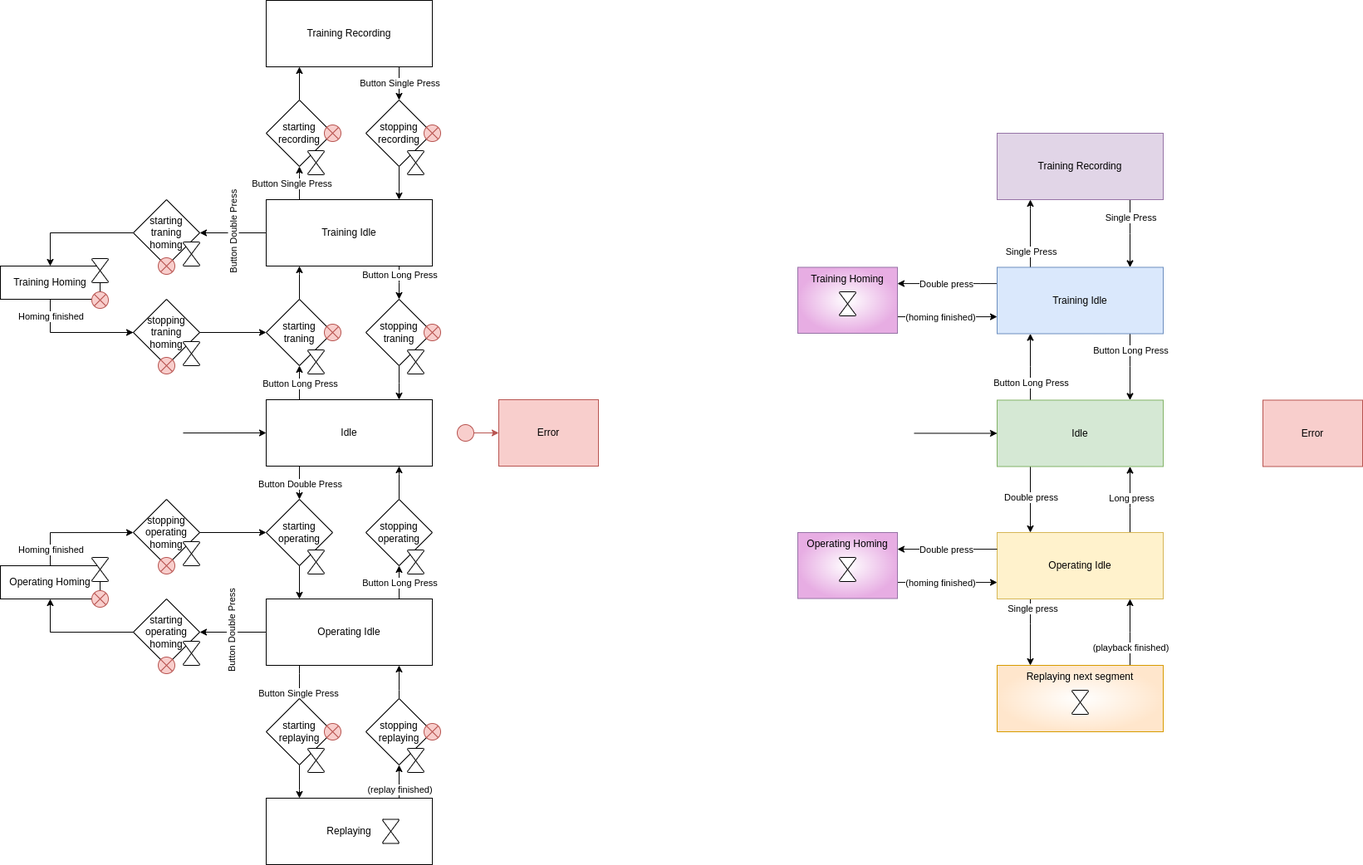
Before: nakama_franka_interaction_buttons/state machine.drawio.png, a diagram exported from draw.io (jellehierck/nakama_franka_ros2_cpp). Source tidied: cells renumbered, new cells last; positions are measured from the earlier drawing's top-left corner, leaving out a move shared by most shapes.
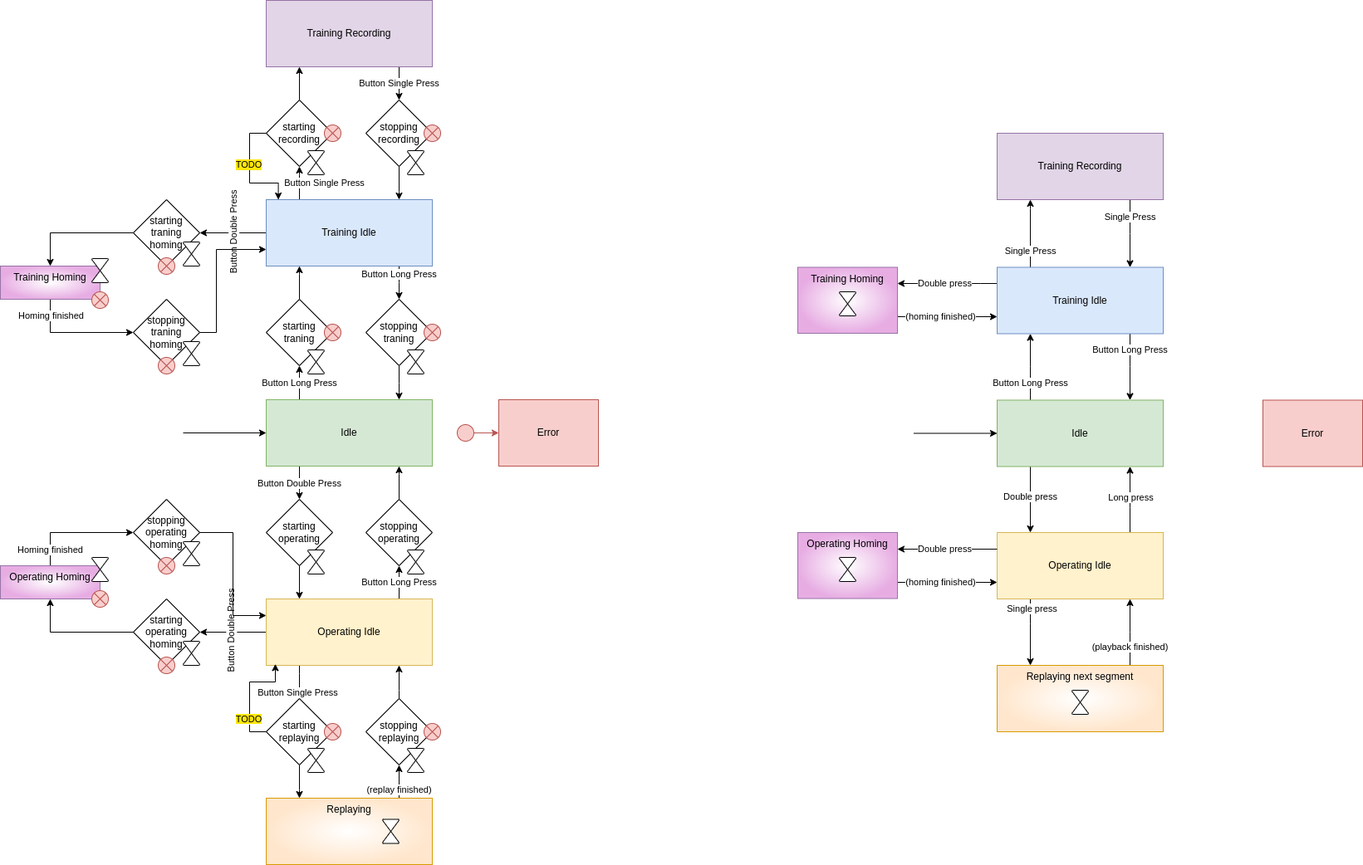
After the commit.

Commit message:
Reflected latest changes to state machine in diagram

Diff of the diagram source:
```diff
@@ -36,7 +36,7 @@
         </Array>
       </mxGeometry>
     </mxCell>
-    <mxCell id="7" value="Idle" style="rounded=0;whiteSpace=wrap;html=1;" parent="1" vertex="1">
+    <mxCell id="7" value="Idle" style="rounded=0;whiteSpace=wrap;html=1;fillColor=#d5e8d4;strokeColor=#82b366;" parent="1" vertex="1">
       <mxGeometry x="320" y="481" width="200" height="80" as="geometry" />
     </mxCell>
     <mxCell id="8" style="edgeStyle=orthogonalEdgeStyle;rounded=0;jettySize=auto;html=1;entryX=0.5;entryY=0;entryDx=0;entryDy=0;" parent="1" edge="1" source="14" target="45">
@@ -62,7 +62,7 @@
     </mxCell>
     <mxCell id="11" value="Button Single Press" style="edgeLabel;html=1;align=center;verticalAlign=middle;" parent="10" vertex="1">
       <mxGeometry x="0.67" y="-2" relative="1" as="geometry">
-        <mxPoint x="-12" y="13" as="offset" />
+        <mxPoint x="28" y="13" as="offset" />
       </mxGeometry>
     </mxCell>
     <mxCell id="12" style="edgeStyle=orthogonalEdgeStyle;rounded=0;jettySize=auto;html=1;exitX=0;exitY=0.5;exitDx=0;exitDy=0;entryX=1;entryY=0.5;entryDx=0;entryDy=0;" parent="1" edge="1" source="14" target="65">
@@ -73,7 +73,7 @@
         <mxPoint x="7" y="-1" as="offset" />
       </mxGeometry>
     </mxCell>
-    <mxCell id="14" value="Training Idle" style="rounded=0;whiteSpace=wrap;html=1;" parent="1" vertex="1">
+    <mxCell id="14" value="Training Idle" style="rounded=0;whiteSpace=wrap;html=1;fillColor=#dae8fc;strokeColor=#6c8ebf;" parent="1" vertex="1">
       <mxGeometry x="320" y="240" width="200" height="80" as="geometry" />
     </mxCell>
     <mxCell id="15" style="edgeStyle=orthogonalEdgeStyle;rounded=0;jettySize=auto;html=1;entryX=0.5;entryY=1;entryDx=0;entryDy=0;" parent="1" edge="1" source="21" target="127">
@@ -106,7 +106,7 @@
     <mxCell id="20" value="Button Double Press" style="edgeLabel;html=1;align=center;verticalAlign=middle;rotation=-90;" parent="19" vertex="1">
       <mxGeometry x="0.06" y="-1" relative="1" as="geometry" />
     </mxCell>
-    <mxCell id="21" value="Operating Idle" style="rounded=0;whiteSpace=wrap;html=1;" parent="1" vertex="1">
+    <mxCell id="21" value="Operating Idle" style="rounded=0;whiteSpace=wrap;html=1;fillColor=#fff2cc;strokeColor=#d6b656;" parent="1" vertex="1">
       <mxGeometry x="320" y="721" width="200" height="80" as="geometry" />
     </mxCell>
     <mxCell id="22" style="edgeStyle=orthogonalEdgeStyle;rounded=0;jettySize=auto;html=1;exitX=0.5;exitY=0;exitDx=0;exitDy=0;" parent="1" edge="1" source="49" target="14">
@@ -154,7 +154,7 @@
         <mxPoint y="-8" as="offset" />
       </mxGeometry>
     </mxCell>
-    <mxCell id="28" value="Training Recording" style="rounded=0;whiteSpace=wrap;html=1;" parent="1" vertex="1">
+    <mxCell id="28" value="Training Recording" style="rounded=0;whiteSpace=wrap;html=1;fillColor=#e1d5e7;strokeColor=#9673a6;" parent="1" vertex="1">
       <mxGeometry x="320" width="200" height="80" as="geometry" />
     </mxCell>
     <mxCell id="29" style="edgeStyle=orthogonalEdgeStyle;rounded=0;jettySize=auto;html=1;exitX=0.5;exitY=0;exitDx=0;exitDy=0;" parent="1" edge="1" source="53" target="28">
@@ -186,7 +186,7 @@
         <mxPoint x="-2" y="20" as="offset" />
       </mxGeometry>
     </mxCell>
-    <mxCell id="33" value="Replaying" style="rounded=0;whiteSpace=wrap;html=1;" parent="1" vertex="1">
+    <mxCell id="33" value="Replaying" style="rounded=0;whiteSpace=wrap;html=1;verticalAlign=top;fillColor=#FFFFFF;strokeColor=#d79b00;gradientColor=#FFE6CC;gradientDirection=radial;" parent="1" vertex="1">
       <mxGeometry x="320" y="961" width="200" height="80" as="geometry" />
     </mxCell>
     <mxCell id="34" style="edgeStyle=orthogonalEdgeStyle;rounded=0;jettySize=auto;html=1;exitX=0.5;exitY=1;exitDx=0;exitDy=0;" parent="1" edge="1" source="69" target="33">
@@ -205,10 +205,11 @@
         </Array>
       </mxGeometry>
     </mxCell>
-    <mxCell id="36" style="edgeStyle=orthogonalEdgeStyle;rounded=0;jettySize=auto;html=1;entryX=0;entryY=0.5;entryDx=0;entryDy=0;" parent="1" edge="1" source="61" target="49">
+    <mxCell id="36" style="edgeStyle=orthogonalEdgeStyle;rounded=0;jettySize=auto;html=1;entryX=0;entryY=0.75;entryDx=0;entryDy=0;" parent="1" edge="1" source="61" target="14">
       <mxGeometry relative="1" as="geometry">
         <Array as="points">
-          <mxPoint x="100" y="400" />
+          <mxPoint x="260" y="400" />
+          <mxPoint x="260" y="300" />
         </Array>
       </mxGeometry>
     </mxCell>
@@ -370,7 +371,7 @@
     <mxCell id="86" style="edgeStyle=orthogonalEdgeStyle;rounded=0;jettySize=auto;html=1;exitX=0;exitY=0.5;exitDx=0;exitDy=0;entryX=0.5;entryY=1;entryDx=0;entryDy=0;" parent="1" edge="1" source="79" target="134">
       <mxGeometry relative="1" as="geometry" />
     </mxCell>
-    <mxCell id="87" style="edgeStyle=orthogonalEdgeStyle;rounded=0;jettySize=auto;html=1;exitX=1;exitY=0.5;exitDx=0;exitDy=0;entryX=0;entryY=0.5;entryDx=0;entryDy=0;" parent="1" edge="1" source="83" target="124">
+    <mxCell id="87" style="edgeStyle=orthogonalEdgeStyle;rounded=0;jettySize=auto;html=1;exitX=1;exitY=0.5;exitDx=0;exitDy=0;entryX=0;entryY=0.25;entryDx=0;entryDy=0;" parent="1" edge="1" source="83" target="21">
       <mxGeometry relative="1" as="geometry" />
     </mxCell>
     <mxCell id="88" style="edgeStyle=orthogonalEdgeStyle;rounded=0;jettySize=auto;html=1;" parent="1" edge="1" source="93" target="100">
@@ -576,7 +577,7 @@
     <mxCell id="129" style="group;" parent="1" vertex="1">
       <mxGeometry y="311" width="130" height="60" as="geometry" />
     </mxCell>
-    <mxCell id="130" value="Training Homing" style="rounded=0;whiteSpace=wrap;html=1;" parent="129" vertex="1">
+    <mxCell id="130" value="Training Homing" style="rounded=0;whiteSpace=wrap;html=1;verticalAlign=top;fillColor=#FFFFFF;strokeColor=#9673a6;gradientColor=#E7ADE3;gradientDirection=radial;" parent="129" vertex="1">
       <mxGeometry y="9" width="120" height="40" as="geometry" />
     </mxCell>
     <mxCell id="131" style="shape=sumEllipse;perimeter=ellipsePerimeter;whiteSpace=wrap;html=1;backgroundOutline=1;fillColor=#f8cecc;strokeColor=#b85450;" parent="129" vertex="1">
@@ -588,7 +589,7 @@
     <mxCell id="133" style="group;" parent="1" vertex="1">
       <mxGeometry y="662" width="130" height="69" as="geometry" />
     </mxCell>
-    <mxCell id="134" value="Operating Homing" style="rounded=0;whiteSpace=wrap;html=1;" parent="133" vertex="1">
+    <mxCell id="134" value="Operating Homing" style="rounded=0;whiteSpace=wrap;html=1;verticalAlign=top;fillColor=#FFFFFF;strokeColor=#9673a6;gradientColor=#E7ADE3;gradientDirection=radial;" parent="133" vertex="1">
       <mxGeometry y="19" width="120" height="40" as="geometry" />
     </mxCell>
     <mxCell id="135" style="shape=sumEllipse;perimeter=ellipsePerimeter;whiteSpace=wrap;html=1;backgroundOutline=1;fillColor=#f8cecc;strokeColor=#b85450;" parent="133" vertex="1">
@@ -603,5 +604,17 @@
     <mxCell id="138" value="Error" style="rounded=0;whiteSpace=wrap;html=1;fillColor=#f8cecc;strokeColor=#b85450;" parent="1" vertex="1">
       <mxGeometry x="1520" y="481.5" width="120" height="80" as="geometry" />
     </mxCell>
+    <mxCell id="139" style="edgeStyle=orthogonalEdgeStyle;rounded=0;jettySize=auto;html=1;exitX=0;exitY=0.5;exitDx=0;exitDy=0;entryX=0.073;entryY=0;entryDx=0;entryDy=0;entryPerimeter=0;" parent="1" edge="1" source="53" target="14">
+      <mxGeometry relative="1" as="geometry" />
+    </mxCell>
+    <mxCell id="140" value="TODO" style="edgeLabel;html=1;align=center;verticalAlign=middle;labelBackgroundColor=#FFE70A;" parent="139" vertex="1">
+      <mxGeometry x="-0.15" y="-1" relative="1" as="geometry" />
+    </mxCell>
+    <mxCell id="141" style="edgeStyle=orthogonalEdgeStyle;rounded=0;jettySize=auto;html=1;exitX=0;exitY=0.5;exitDx=0;exitDy=0;entryX=0.055;entryY=0.979;entryDx=0;entryDy=0;entryPerimeter=0;" parent="1" edge="1" source="69" target="21">
+      <mxGeometry relative="1" as="geometry" />
+    </mxCell>
+    <mxCell id="142" value="&lt;span style=&quot;background-color: rgb(255, 231, 10);&quot;&gt;TODO&lt;/span&gt;" style="edgeLabel;html=1;align=center;verticalAlign=middle;" parent="141" vertex="1">
+      <mxGeometry x="-0.48" y="1" relative="1" as="geometry" />
+    </mxCell>
   </root>
 </mxGraphModel>
```
